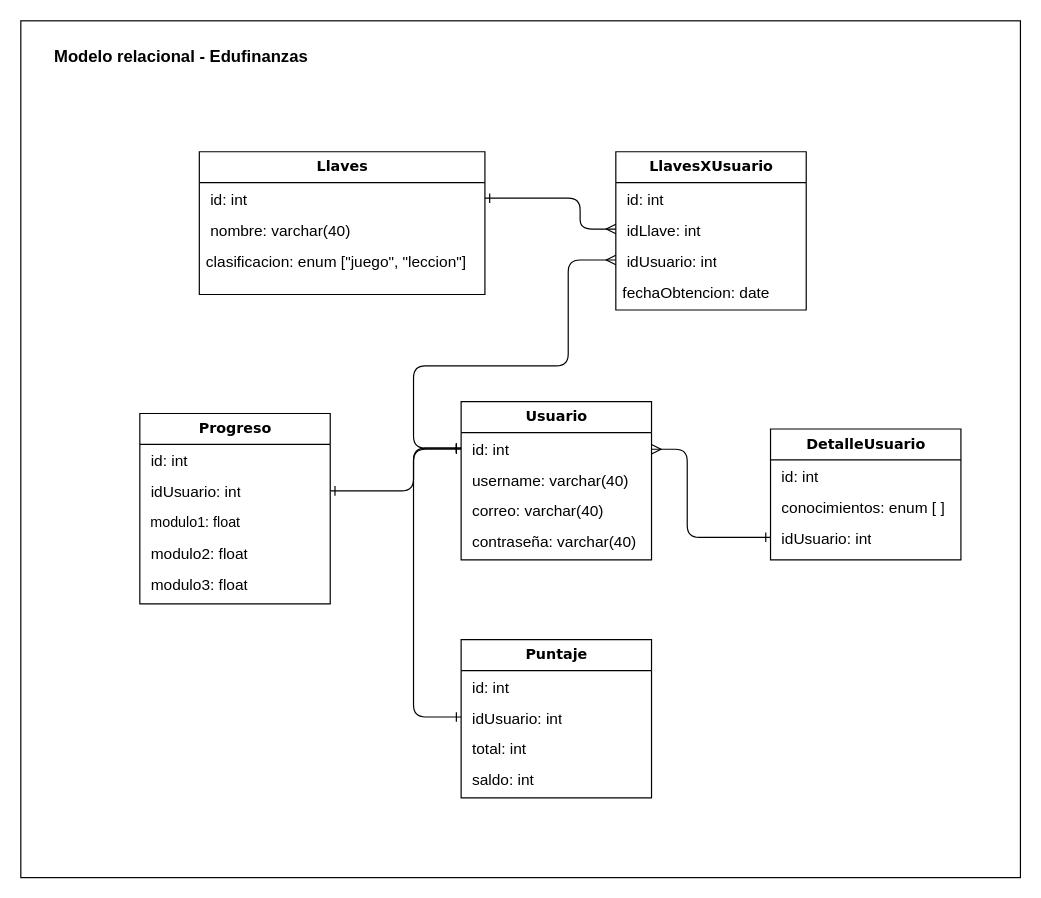
Before: edufinanzasUML.drawio in AlejandroMB1/Edufinanzas-api, a draw.io diagram. Source tidied: cells renumbered, new cells numbered last; positions are measured from the earlier drawing's top-left corner, leaving out a move shared by most shapes. Both pictures are drawn from the tidied source at 119%, with x=0, y=0 at pixel (20, 20).
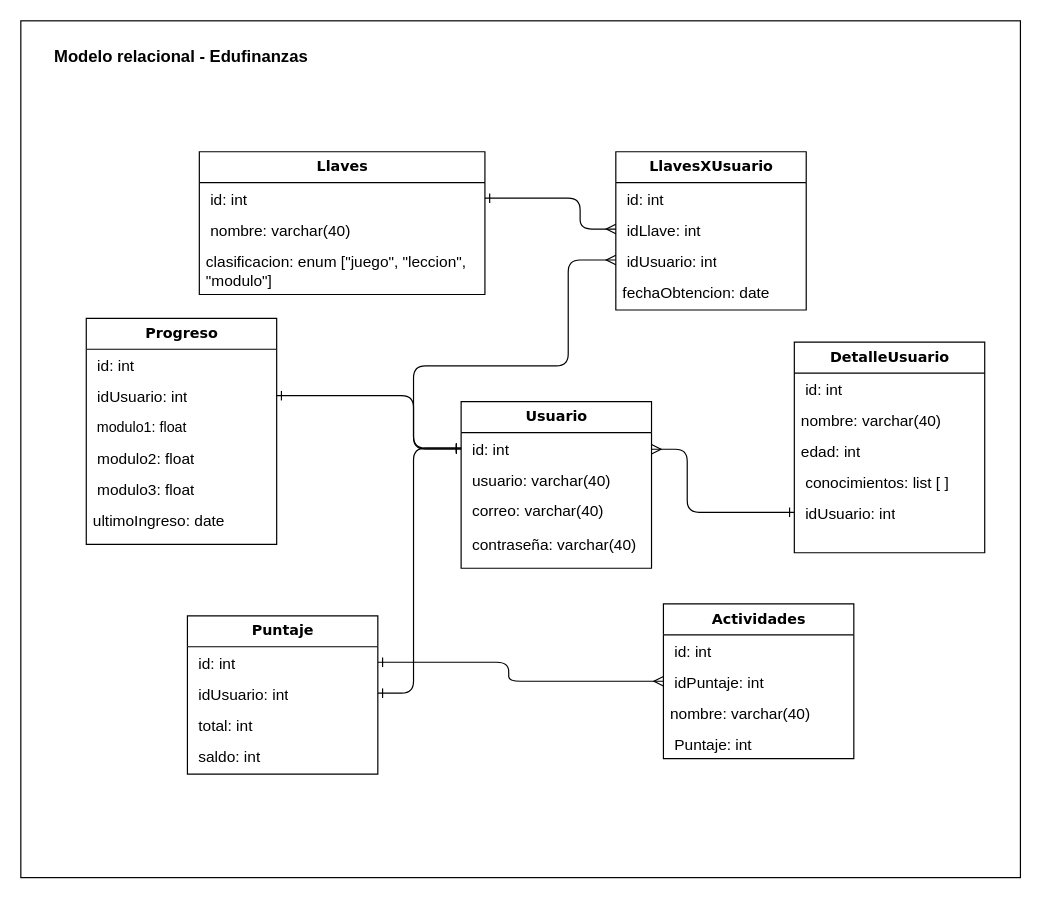
After the change.

Commit message:
actualizar diagrama

Unchanged cells that the change refers to:
```xml
<mxCell id="4" value="&amp;nbsp;id: int" style="text;html=1;strokeColor=none;fillColor=none;align=left;verticalAlign=top;spacingLeft=4;spacingRight=4;whiteSpace=wrap;overflow=hidden;points=[[0,0.5],[1,0.5]];portConstraint=eastwest;fontSize=13;" parent="3" vertex="1">
  <mxGeometry y="26" width="160" height="26" as="geometry" />
</mxCell>
<mxCell id="14" value="&amp;nbsp;idUsuario: int" style="text;html=1;strokeColor=none;fillColor=none;align=left;verticalAlign=top;spacingLeft=4;spacingRight=4;whiteSpace=wrap;overflow=hidden;points=[[0,0.5],[1,0.5]];portConstraint=eastwest;fontSize=13;" parent="12" vertex="1">
  <mxGeometry y="52" width="160" height="26" as="geometry" />
</mxCell>
<mxCell id="18" value="Llaves" style="swimlane;html=1;fontStyle=1;horizontal=1;startSize=26;fillColor=none;swimlaneFillColor=#ffffff;rounded=0;shadow=0;comic=0;labelBackgroundColor=none;strokeWidth=1;fontFamily=Verdana;fontSize=12;align=center;" parent="1" vertex="1">
  <mxGeometry x="150" y="110" width="240" height="120" as="geometry" />
</mxCell>
<mxCell id="28" value="&amp;nbsp;id: int" style="text;html=1;strokeColor=none;fillColor=none;align=left;verticalAlign=top;spacingLeft=4;spacingRight=4;whiteSpace=wrap;overflow=hidden;points=[[0,0.5],[1,0.5]];portConstraint=eastwest;fontSize=13;" parent="27" vertex="1">
  <mxGeometry y="26" width="160" height="26" as="geometry" />
</mxCell>
<mxCell id="29" value="&amp;nbsp;idUsuario: int" style="text;html=1;strokeColor=none;fillColor=none;align=left;verticalAlign=top;spacingLeft=4;spacingRight=4;whiteSpace=wrap;overflow=hidden;points=[[0,0.5],[1,0.5]];portConstraint=eastwest;fontSize=13;" parent="27" vertex="1">
  <mxGeometry y="52" width="160" height="26" as="geometry" />
</mxCell>
```

What changed in the source:
```diff
@@
     <mxCell id="3" value="Usuario" style="swimlane;html=1;fontStyle=1;horizontal=1;startSize=26;fillColor=none;swimlaneFillColor=#ffffff;rounded=0;shadow=0;comic=0;labelBackgroundColor=none;strokeWidth=1;fontFamily=Verdana;fontSize=12;align=center;" parent="1" vertex="1">
-      <mxGeometry x="370" y="320" width="160" height="133" as="geometry" />
+      <mxGeometry x="370" y="320" width="160" height="140" as="geometry" />
     </mxCell>
@@
-    <mxCell id="5" value="&amp;nbsp;username: varchar(40)" style="text;html=1;strokeColor=none;fillColor=none;align=left;verticalAlign=top;spacingLeft=4;spacingRight=4;whiteSpace=wrap;overflow=hidden;fontSize=13;" parent="3" vertex="1">
+    <mxCell id="5" value="&amp;nbsp;usuario: varchar(40)" style="text;html=1;strokeColor=none;fillColor=none;align=left;verticalAlign=top;spacingLeft=4;spacingRight=4;whiteSpace=wrap;overflow=hidden;fontSize=13;" parent="3" vertex="1">
       <mxGeometry y="52" width="160" height="26" as="geometry" />
     </mxCell>
     <mxCell id="6" value="&amp;nbsp;correo: varchar(40)" style="text;html=1;strokeColor=none;fillColor=none;align=left;verticalAlign=top;spacingLeft=4;spacingRight=4;whiteSpace=wrap;overflow=hidden;fontSize=13;" parent="3" vertex="1">
-      <mxGeometry y="78" width="160" height="26" as="geometry" />
+      <mxGeometry y="78" width="160" height="28" as="geometry" />
     </mxCell>
     <mxCell id="7" value="&amp;nbsp;contraseña: varchar(40)" style="text;html=1;strokeColor=none;fillColor=none;align=left;verticalAlign=top;spacingLeft=4;spacingRight=4;whiteSpace=wrap;overflow=hidden;fontSize=13;" parent="3" vertex="1">
-      <mxGeometry y="104" width="160" height="26" as="geometry" />
+      <mxGeometry y="106" width="160" height="28" as="geometry" />
     </mxCell>
     <mxCell id="8" value="DetalleUsuario" style="swimlane;html=1;fontStyle=1;horizontal=1;startSize=26;fillColor=none;swimlaneFillColor=#ffffff;rounded=0;shadow=0;comic=0;labelBackgroundColor=none;strokeWidth=1;fontFamily=Verdana;fontSize=12;align=center;" parent="1" vertex="1">
-      <mxGeometry x="630" y="343" width="160" height="110" as="geometry" />
+      <mxGeometry x="650" y="270" width="160" height="177" as="geometry" />
     </mxCell>
@@
+    <mxCell id="38" value="nombre: varchar(40)" style="text;html=1;strokeColor=none;fillColor=none;align=left;verticalAlign=top;spacingLeft=4;spacingRight=4;whiteSpace=wrap;overflow=hidden;fontSize=13;" parent="8" vertex="1">
+      <mxGeometry y="52" width="160" height="26" as="geometry" />
+    </mxCell>
+    <mxCell id="39" value="edad: int" style="text;html=1;strokeColor=none;fillColor=none;align=left;verticalAlign=top;spacingLeft=4;spacingRight=4;whiteSpace=wrap;overflow=hidden;fontSize=13;" parent="8" vertex="1">
+      <mxGeometry y="78" width="160" height="26" as="geometry" />
+    </mxCell>
-    <mxCell id="10" value="&amp;nbsp;conocimientos: enum [ ]&amp;nbsp;" style="text;html=1;strokeColor=none;fillColor=none;align=left;verticalAlign=top;spacingLeft=4;spacingRight=4;whiteSpace=wrap;overflow=hidden;fontSize=13;" parent="8" vertex="1">
-      <mxGeometry y="52" width="160" height="26" as="geometry" />
+    <mxCell id="10" value="&amp;nbsp;conocimientos: list [ ]&amp;nbsp;" style="text;html=1;strokeColor=none;fillColor=none;align=left;verticalAlign=top;spacingLeft=4;spacingRight=4;whiteSpace=wrap;overflow=hidden;fontSize=13;" parent="8" vertex="1">
+      <mxGeometry y="104" width="160" height="26" as="geometry" />
     </mxCell>
     <mxCell id="11" value="&amp;nbsp;idUsuario: int" style="text;html=1;strokeColor=none;fillColor=none;align=left;verticalAlign=top;spacingLeft=4;spacingRight=4;whiteSpace=wrap;overflow=hidden;points=[[0,0.5],[1,0.5]];portConstraint=eastwest;fontSize=13;" parent="8" vertex="1">
-      <mxGeometry y="78" width="160" height="26" as="geometry" />
+      <mxGeometry y="130" width="160" height="26" as="geometry" />
     </mxCell>
     <mxCell id="12" value="Progreso" style="swimlane;html=1;fontStyle=1;horizontal=1;startSize=26;fillColor=none;swimlaneFillColor=#ffffff;rounded=0;shadow=0;comic=0;labelBackgroundColor=none;strokeWidth=1;fontFamily=Verdana;fontSize=12;align=center;" parent="1" vertex="1">
-      <mxGeometry x="100" y="330" width="160" height="160" as="geometry" />
+      <mxGeometry x="55" y="250" width="160" height="190" as="geometry" />
     </mxCell>
@@
+    <mxCell id="40" value="ultimoIngreso: date" style="text;html=1;strokeColor=none;fillColor=none;align=left;verticalAlign=top;spacingLeft=4;spacingRight=4;whiteSpace=wrap;overflow=hidden;fontSize=13;" parent="12" vertex="1">
+      <mxGeometry y="156" width="160" height="26" as="geometry" />
+    </mxCell>
@@
-    <mxCell id="21" value="clasificacion: enum [&quot;juego&quot;, &quot;leccion&quot;]" style="text;html=1;strokeColor=none;fillColor=none;align=left;verticalAlign=top;spacingLeft=4;spacingRight=4;whiteSpace=wrap;overflow=hidden;fontSize=13;" parent="18" vertex="1">
+    <mxCell id="21" value="clasificacion: enum [&quot;juego&quot;, &quot;leccion&quot;, &quot;modulo&quot;]" style="text;html=1;strokeColor=none;fillColor=none;align=left;verticalAlign=top;spacingLeft=4;spacingRight=4;whiteSpace=wrap;overflow=hidden;fontSize=13;" parent="18" vertex="1">
       <mxGeometry y="78" width="240" height="42" as="geometry" />
     </mxCell>
@@
     <mxCell id="27" value="Puntaje" style="swimlane;html=1;fontStyle=1;horizontal=1;startSize=26;fillColor=none;swimlaneFillColor=#ffffff;rounded=0;shadow=0;comic=0;labelBackgroundColor=none;strokeWidth=1;fontFamily=Verdana;fontSize=12;align=center;" parent="1" vertex="1">
-      <mxGeometry x="370" y="520" width="160" height="133" as="geometry" />
+      <mxGeometry x="140" y="500" width="160" height="133" as="geometry" />
     </mxCell>
@@
     <mxCell id="32" style="endArrow=ERone;html=1;entryX=0;entryY=0.5;entryDx=0;entryDy=0;startArrow=ERmany;startFill=0;endFill=0;" parent="1" edge="1" target="11">
       <mxGeometry relative="1" as="geometry">
         <mxPoint x="530" y="360" as="sourcePoint" />
         <Array as="points">
           <mxPoint x="560" y="360" />
-          <mxPoint x="560" y="434" />
+          <mxPoint x="560" y="413" />
         </Array>
       </mxGeometry>
     </mxCell>
@@
     <mxCell id="35" style="endArrow=ERone;html=1;exitX=1;exitY=0.5;exitDx=0;exitDy=0;startArrow=ERone;startFill=0;endFill=0;" parent="1" edge="1" source="14">
       <mxGeometry relative="1" as="geometry">
         <mxPoint x="370" y="360" as="targetPoint" />
         <Array as="points">
-          <mxPoint x="330" y="395" />
+          <mxPoint x="330" y="315" />
           <mxPoint x="330" y="360" />
         </Array>
       </mxGeometry>
     </mxCell>
-    <mxCell id="36" style="endArrow=ERone;html=1;entryX=0;entryY=0.5;entryDx=0;entryDy=0;exitX=0;exitY=0.5;exitDx=0;exitDy=0;startArrow=ERone;startFill=0;endFill=0;" parent="1" edge="1" source="4" target="29">
+    <mxCell id="36" style="endArrow=ERone;html=1;entryX=1;entryY=0.5;entryDx=0;entryDy=0;exitX=0;exitY=0.5;exitDx=0;exitDy=0;startArrow=ERone;startFill=0;endFill=0;" parent="1" edge="1" source="4" target="29">
       <mxGeometry relative="1" as="geometry">
         <Array as="points">
           <mxPoint x="330" y="359" />
-          <mxPoint x="330" y="410" />
-          <mxPoint x="330" y="585" />
+          <mxPoint x="330" y="380" />
+          <mxPoint x="330" y="565" />
         </Array>
       </mxGeometry>
     </mxCell>
@@
+    <mxCell id="41" value="Actividades" style="swimlane;html=1;fontStyle=1;horizontal=1;startSize=26;fillColor=none;swimlaneFillColor=#ffffff;rounded=0;shadow=0;comic=0;labelBackgroundColor=none;strokeWidth=1;fontFamily=Verdana;fontSize=12;align=center;" parent="1" vertex="1">
+      <mxGeometry x="540" y="490" width="160" height="130" as="geometry" />
+    </mxCell>
+    <mxCell id="42" value="&amp;nbsp;id: int" style="text;html=1;strokeColor=none;fillColor=none;align=left;verticalAlign=top;spacingLeft=4;spacingRight=4;whiteSpace=wrap;overflow=hidden;fontSize=13;" parent="41" vertex="1">
+      <mxGeometry y="26" width="160" height="26" as="geometry" />
+    </mxCell>
+    <mxCell id="43" value="&amp;nbsp;idPuntaje: int" style="text;html=1;strokeColor=none;fillColor=none;align=left;verticalAlign=top;spacingLeft=4;spacingRight=4;whiteSpace=wrap;overflow=hidden;points=[[0,0.5],[1,0.5]];portConstraint=eastwest;fontSize=13;" parent="41" vertex="1">
+      <mxGeometry y="52" width="160" height="26" as="geometry" />
+    </mxCell>
+    <mxCell id="44" value="nombre: varchar(40)" style="text;html=1;strokeColor=none;fillColor=none;align=left;verticalAlign=top;spacingLeft=4;spacingRight=4;whiteSpace=wrap;overflow=hidden;fontSize=13;" parent="41" vertex="1">
+      <mxGeometry y="78" width="160" height="26" as="geometry" />
+    </mxCell>
+    <mxCell id="45" value="&amp;nbsp;Puntaje: int" style="text;html=1;strokeColor=none;fillColor=none;align=left;verticalAlign=top;spacingLeft=4;spacingRight=4;whiteSpace=wrap;overflow=hidden;fontSize=13;" parent="41" vertex="1">
+      <mxGeometry y="104" width="160" height="26" as="geometry" />
+    </mxCell>
+    <mxCell id="46" style="endArrow=ERmany;html=1;entryX=0;entryY=0.5;entryDx=0;entryDy=0;exitX=1;exitY=0.5;exitDx=0;exitDy=0;startArrow=ERone;startFill=0;endFill=0;" parent="1" edge="1" source="28" target="43">
+      <mxGeometry relative="1" as="geometry">
+        <Array as="points">
+          <mxPoint x="410" y="539" />
+          <mxPoint x="410" y="555" />
+        </Array>
+      </mxGeometry>
+    </mxCell>
```
